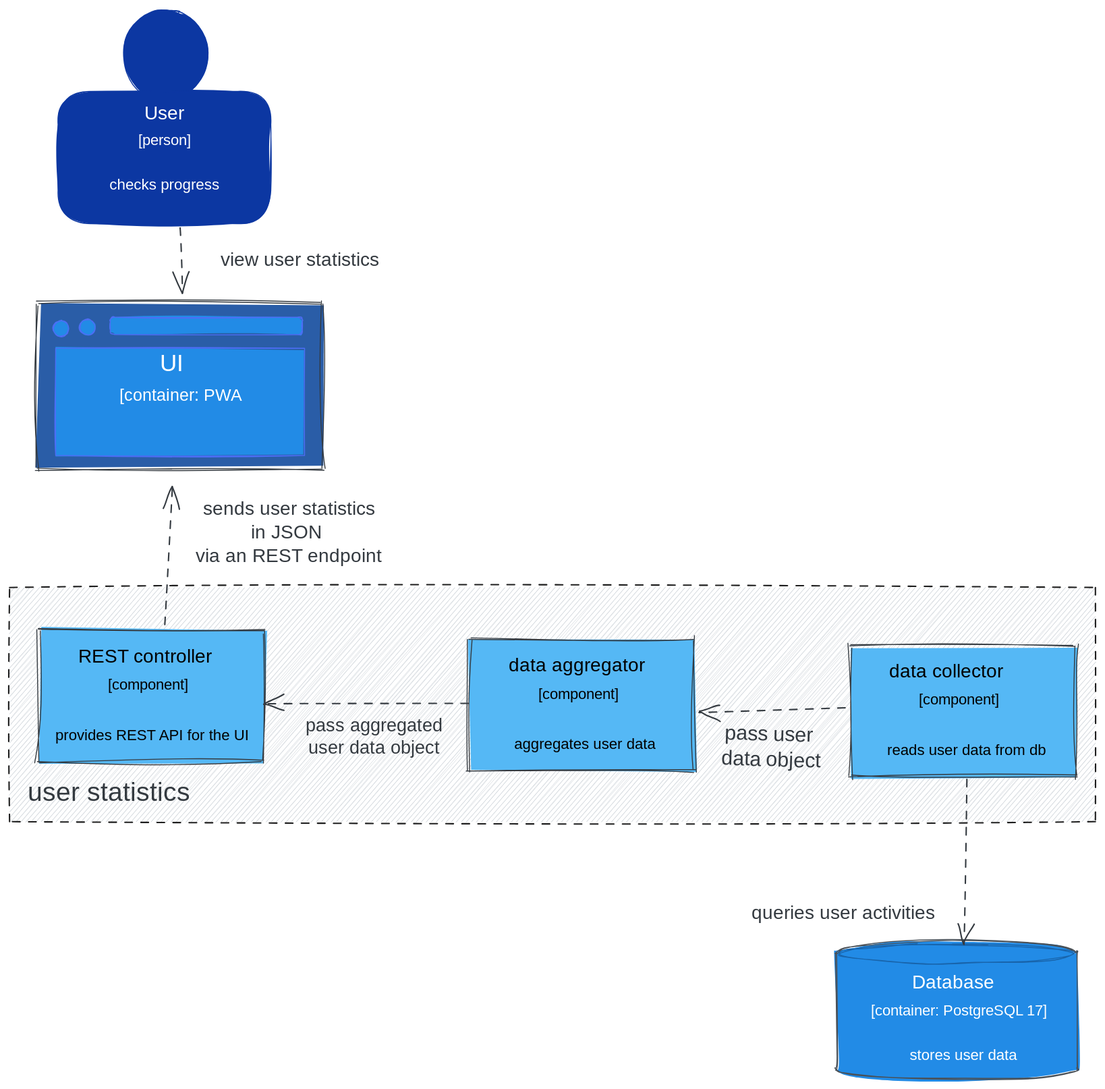
pintergreg/software-engineering keeps this Excalidraw diagram as lectures/figures/user_statistics/c4_component.excalidraw.svg. Above is the earlier version. Source tidied: one line per element, renumbered; positions are measured from the earlier drawing's top-left corner, leaving out a move shared by most shapes. Its diagram source:
```json
{"id": 0, "type": "rectangle", "strokeColor": "#1e1e1e", "backgroundColor": "#ced4da", "fillStyle": "hachure", "strokeWidth": 1, "strokeStyle": "dashed", "roughness": 1, "x": 0, "y": 612, "width": 1150, "height": 248}
{"id": 1, "type": "ellipse", "strokeColor": "#0c37a2", "backgroundColor": "#0c37a2", "fillStyle": "solid", "strokeWidth": 1, "roughness": 1, "x": 121, "y": 0, "width": 90, "height": 95}
{"id": 2, "type": "rectangle", "strokeColor": "#0c37a2", "backgroundColor": "#0c37a2", "fillStyle": "solid", "strokeWidth": 1, "roughness": 1, "round": true, "x": 51, "y": 87, "width": 225, "height": 140}
{"id": 3, "type": "text", "text": "User", "strokeColor": "#fff", "backgroundColor": "#0c37a2", "fillStyle": "solid", "strokeWidth": 1, "roughness": 1, "fontSize": 20, "fontFamily": 1, "textAlign": "center", "x": 141, "y": 99, "width": 46, "height": 25}
{"id": 4, "type": "text", "text": "[person]", "strokeColor": "#fff", "backgroundColor": "#0c37a2", "fillStyle": "solid", "strokeWidth": 1, "roughness": 1, "fontSize": 16, "fontFamily": 3, "textAlign": "center", "x": 126, "y": 128, "width": 76, "height": 20}
{"id": 5, "type": "text", "text": "checks progress", "strokeColor": "#fff", "backgroundColor": "#0c37a2", "fillStyle": "solid", "strokeWidth": 1, "roughness": 1, "fontSize": 16, "fontFamily": 2, "textAlign": "center", "x": 106, "y": 177, "width": 116, "height": 19}
{"id": 6, "type": "rectangle", "strokeColor": "#343a40", "backgroundColor": "#2a5da7", "fillStyle": "solid", "strokeWidth": 1, "roughness": 2, "x": 30, "y": 311, "width": 301, "height": 175}
{"id": 7, "type": "rectangle", "strokeColor": "#4c6ef5", "backgroundColor": "#228be6", "fillStyle": "solid", "strokeWidth": 1, "roughness": 1, "round": true, "x": 107, "y": 326, "width": 203, "height": 18}
{"id": 8, "type": "rectangle", "strokeColor": "#4c6ef5", "backgroundColor": "#228be6", "fillStyle": "solid", "strokeWidth": 1, "roughness": 1, "x": 49, "y": 359, "width": 264, "height": 114}
{"id": 9, "type": "ellipse", "strokeColor": "#4c6ef5", "backgroundColor": "#228be6", "fillStyle": "solid", "strokeWidth": 1, "roughness": 1, "x": 46, "y": 329, "width": 17, "height": 17}
{"id": 10, "type": "ellipse", "strokeColor": "#4c6ef5", "backgroundColor": "#228be6", "fillStyle": "solid", "strokeWidth": 1, "roughness": 1, "x": 74, "y": 328, "width": 17, "height": 17}
{"id": 11, "type": "text", "text": "UI", "strokeColor": "#fff", "backgroundColor": "#228be6", "fillStyle": "solid", "strokeWidth": 1, "roughness": 1, "fontSize": 25.18, "fontFamily": 1, "x": 159, "y": 361, "width": 32, "height": 31}
{"id": 12, "type": "text", "text": "[container: PWA", "strokeColor": "#fff", "backgroundColor": "#55b8f5", "fillStyle": "solid", "strokeWidth": 1, "roughness": 1, "fontSize": 18.01, "fontFamily": 3, "textAlign": "center", "x": 100, "y": 397, "width": 162, "height": 23}
{"id": 13, "type": "line", "strokeColor": "#495057", "backgroundColor": "#228be6", "fillStyle": "solid", "strokeWidth": 1, "roughness": 1, "round": true, "x": 876, "y": 998, "width": 256, "height": 147, "points": [[0, 0], [1, 111], [0, 124], [13, 129], [59, 134], [136, 135], [210, 133], [250, 127], [255, 123], [256, 112], [255, 9], [254, 0], [238, -6], [203, -9], [124, -12], [61, -10], [11, -5], [0, 0], [0, 0]]}
{"id": 14, "type": "ellipse", "strokeColor": "#1864ab", "backgroundColor": "#228be6", "fillStyle": "solid", "strokeWidth": 1, "roughness": 1, "x": 878, "y": 990, "width": 249, "height": 21}
{"id": 15, "type": "text", "text": "Database", "strokeColor": "#ffffff", "backgroundColor": "#228be6", "fillStyle": "hachure", "strokeWidth": 1, "strokeStyle": "dashed", "roughness": 2, "fontSize": 20, "fontFamily": 1, "x": 956, "y": 1019, "width": 100, "height": 25}
{"id": 16, "type": "text", "text": "[container: PostgreSQL 17]", "strokeColor": "#fff", "backgroundColor": "#55b8f5", "fillStyle": "solid", "strokeWidth": 1, "roughness": 1, "fontSize": 16, "fontFamily": 3, "textAlign": "center", "x": 883, "y": 1050, "width": 245, "height": 20}
{"id": 17, "type": "text", "text": "stores user data", "strokeColor": "#fff", "backgroundColor": "#55b8f5", "fillStyle": "solid", "strokeWidth": 1, "roughness": 1, "fontSize": 15.87, "fontFamily": 2, "x": 953, "y": 1099, "width": 113, "height": 18}
{"id": 18, "type": "rectangle", "strokeColor": "#343a40", "backgroundColor": "#55b8f5", "fillStyle": "solid", "strokeWidth": 1, "roughness": 2, "x": 30, "y": 657, "width": 239, "height": 139}
{"id": 19, "type": "text", "text": "REST controller", "strokeColor": "#000000", "backgroundColor": "#55b8f5", "fillStyle": "solid", "strokeWidth": 1, "roughness": 1, "fontSize": 20, "fontFamily": 1, "x": 73, "y": 674, "width": 159, "height": 25}
{"id": 20, "type": "text", "text": "[component]", "strokeColor": "#000000", "backgroundColor": "#55b8f5", "fillStyle": "solid", "strokeWidth": 1, "roughness": 1, "fontSize": 16, "fontFamily": 3, "textAlign": "center", "x": 95, "y": 705, "width": 104, "height": 20}
{"id": 21, "type": "text", "text": "provides REST API for the UI", "strokeColor": "#000000", "backgroundColor": "#55b8f5", "fillStyle": "solid", "strokeWidth": 1, "roughness": 1, "fontSize": 15.87, "fontFamily": 2, "x": 48, "y": 761, "width": 204, "height": 18}
{"id": 22, "type": "rectangle", "strokeColor": "#343a40", "backgroundColor": "#55b8f5", "fillStyle": "solid", "strokeWidth": 1, "roughness": 2, "x": 486, "y": 667, "width": 239, "height": 139}
{"id": 23, "type": "text", "text": "data aggregator", "strokeColor": "#000000", "backgroundColor": "#55b8f5", "fillStyle": "solid", "strokeWidth": 1, "roughness": 1, "fontSize": 20, "fontFamily": 1, "x": 529, "y": 684, "width": 169, "height": 25}
{"id": 24, "type": "text", "text": "[component]", "strokeColor": "#000000", "backgroundColor": "#55b8f5", "fillStyle": "solid", "strokeWidth": 1, "roughness": 1, "fontSize": 16, "fontFamily": 3, "textAlign": "center", "x": 551, "y": 714, "width": 104, "height": 20}
{"id": 25, "type": "text", "text": "aggregates user data", "strokeColor": "#000000", "backgroundColor": "#55b8f5", "fillStyle": "solid", "strokeWidth": 1, "roughness": 1, "fontSize": 15.87, "fontFamily": 2, "x": 534, "y": 770, "width": 149, "height": 18}
{"id": 26, "type": "rectangle", "strokeColor": "#343a40", "backgroundColor": "#55b8f5", "fillStyle": "solid", "strokeWidth": 1, "roughness": 2, "x": 890, "y": 673, "width": 239, "height": 139}
{"id": 27, "type": "text", "text": "data collector", "strokeColor": "#000000", "backgroundColor": "#55b8f5", "fillStyle": "solid", "strokeWidth": 1, "roughness": 1, "fontSize": 20, "fontFamily": 1, "x": 932, "y": 690, "width": 145, "height": 25}
{"id": 28, "type": "text", "text": "[component]", "strokeColor": "#000000", "backgroundColor": "#55b8f5", "fillStyle": "solid", "strokeWidth": 1, "roughness": 1, "fontSize": 16, "fontFamily": 3, "textAlign": "center", "x": 954, "y": 720, "width": 104, "height": 20}
{"id": 29, "type": "text", "text": "reads user data from db", "strokeColor": "#000000", "backgroundColor": "#55b8f5", "fillStyle": "solid", "strokeWidth": 1, "roughness": 1, "fontSize": 15.87, "fontFamily": 2, "x": 929, "y": 776, "width": 169, "height": 18}
{"id": 30, "type": "arrow", "strokeColor": "#343a40", "backgroundColor": "#868e96", "fillStyle": "solid", "strokeWidth": 1, "strokeStyle": "dashed", "roughness": 2, "endArrowhead": "arrow", "round": true, "from": 26, "to": 22, "x": 884, "y": 741, "width": 156, "height": 5, "points": [[0, 0], [-156, 5]]}
{"id": 31, "type": "text", "text": "pass user \ndata object", "strokeColor": "#343a40", "angle": 0.03, "strokeWidth": 1, "strokeStyle": "dashed", "roughness": 2, "fontSize": 21.72, "fontFamily": 1, "textAlign": "center", "x": 742, "y": 755, "width": 129, "height": 54}
{"id": 32, "type": "arrow", "strokeColor": "#343a40", "backgroundColor": "#868e96", "fillStyle": "solid", "strokeWidth": 1, "strokeStyle": "dashed", "roughness": 2, "endArrowhead": "arrow", "round": true, "from": 22, "to": 18, "x": 486, "y": 737, "width": 215, "height": 2, "points": [[0, 0], [-215, -2]]}
{"id": 33, "type": "text", "text": "pass aggregated\nuser data object", "strokeColor": "#343a40", "strokeWidth": 1, "strokeStyle": "dashed", "roughness": 2, "fontSize": 19.09, "fontFamily": 1, "textAlign": "center", "x": 305, "y": 747, "width": 163, "height": 48}
{"id": 34, "type": "arrow", "strokeColor": "#343a40", "backgroundColor": "#868e96", "fillStyle": "solid", "strokeWidth": 1, "strokeStyle": "dashed", "roughness": 2, "endArrowhead": "arrow", "round": true, "from": 26, "to": 14, "x": 1011, "y": 813, "width": 3, "height": 174, "points": [[0, 0], [-3, 174]]}
{"id": 35, "type": "text", "text": "queries user activities", "strokeColor": "#343a40", "strokeWidth": 1, "strokeStyle": "dashed", "roughness": 2, "fontSize": 20, "fontFamily": 1, "textAlign": "center", "x": 771, "y": 945, "width": 223, "height": 25}
{"id": 36, "type": "arrow", "strokeColor": "#343a40", "backgroundColor": "#868e96", "fillStyle": "solid", "strokeWidth": 1, "strokeStyle": "dashed", "roughness": 2, "endArrowhead": "arrow", "round": true, "from": 2, "to": 6, "x": 179, "y": 233, "width": 3, "height": 69, "points": [[0, 0], [3, 69]]}
{"id": 37, "type": "text", "text": "view user statistics", "strokeColor": "#343a40", "strokeWidth": 1, "strokeStyle": "dashed", "roughness": 2, "fontSize": 20, "fontFamily": 1, "textAlign": "center", "x": 207, "y": 254, "width": 199, "height": 25}
{"id": 38, "type": "arrow", "strokeColor": "#343a40", "backgroundColor": "#868e96", "fillStyle": "solid", "strokeWidth": 1, "strokeStyle": "dashed", "roughness": 2, "endArrowhead": "arrow", "round": true, "from": 18, "to": 6, "x": 164, "y": 651, "width": 6, "height": 149, "points": [[0, 0], [6, -149]]}
{"id": 39, "type": "text", "text": "sends user statistics\nin JSON \nvia an REST endpoint", "strokeColor": "#343a40", "strokeWidth": 1, "strokeStyle": "dashed", "roughness": 2, "fontSize": 20, "fontFamily": 1, "textAlign": "center", "x": 188, "y": 517, "width": 215, "height": 75}
{"id": 40, "type": "text", "text": "user statistics", "strokeColor": "#343a40", "backgroundColor": "#ced4da", "fillStyle": "hachure", "strokeWidth": 1, "strokeStyle": "dashed", "roughness": 2, "fontSize": 28.06, "fontFamily": 1, "x": 19, "y": 813, "width": 211, "height": 35}
```
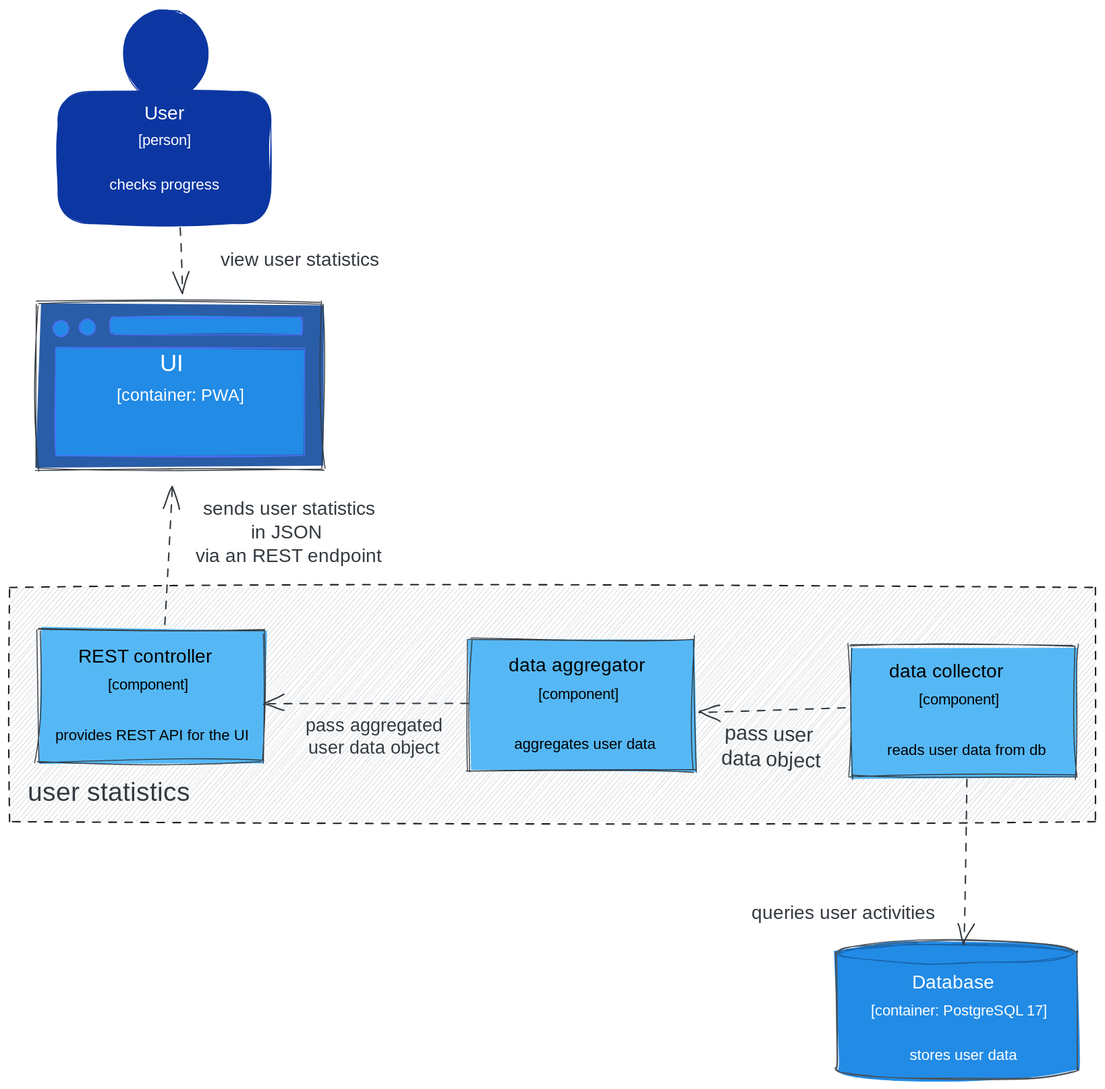
Above is the later version.

What changed in the source:
```diff
@@ -10,7 +10,7 @@
 {"id": 9, "type": "ellipse", "strokeColor": "#4c6ef5", "backgroundColor": "#228be6", "fillStyle": "solid", "strokeWidth": 1, "roughness": 1, "x": 46, "y": 329, "width": 17, "height": 17}
 {"id": 10, "type": "ellipse", "strokeColor": "#4c6ef5", "backgroundColor": "#228be6", "fillStyle": "solid", "strokeWidth": 1, "roughness": 1, "x": 74, "y": 328, "width": 17, "height": 17}
 {"id": 11, "type": "text", "text": "UI", "strokeColor": "#fff", "backgroundColor": "#228be6", "fillStyle": "solid", "strokeWidth": 1, "roughness": 1, "fontSize": 25.18, "fontFamily": 1, "x": 159, "y": 361, "width": 32, "height": 31}
-{"id": 12, "type": "text", "text": "[container: PWA", "strokeColor": "#fff", "backgroundColor": "#55b8f5", "fillStyle": "solid", "strokeWidth": 1, "roughness": 1, "fontSize": 18.01, "fontFamily": 3, "textAlign": "center", "x": 100, "y": 397, "width": 162, "height": 23}
+{"id": 12, "type": "text", "text": "[container: PWA]", "strokeColor": "#fff", "backgroundColor": "#55b8f5", "fillStyle": "solid", "strokeWidth": 1, "roughness": 1, "fontSize": 18.01, "fontFamily": 3, "textAlign": "center", "x": 97, "y": 397, "width": 169, "height": 23}
 {"id": 13, "type": "line", "strokeColor": "#495057", "backgroundColor": "#228be6", "fillStyle": "solid", "strokeWidth": 1, "roughness": 1, "round": true, "x": 876, "y": 998, "width": 256, "height": 147, "points": [[0, 0], [1, 111], [0, 124], [13, 129], [59, 134], [136, 135], [210, 133], [250, 127], [255, 123], [256, 112], [255, 9], [254, 0], [238, -6], [203, -9], [124, -12], [61, -10], [11, -5], [0, 0], [0, 0]]}
 {"id": 14, "type": "ellipse", "strokeColor": "#1864ab", "backgroundColor": "#228be6", "fillStyle": "solid", "strokeWidth": 1, "roughness": 1, "x": 878, "y": 990, "width": 249, "height": 21}
 {"id": 15, "type": "text", "text": "Database", "strokeColor": "#ffffff", "backgroundColor": "#228be6", "fillStyle": "hachure", "strokeWidth": 1, "strokeStyle": "dashed", "roughness": 2, "fontSize": 20, "fontFamily": 1, "x": 956, "y": 1019, "width": 100, "height": 25}
```
